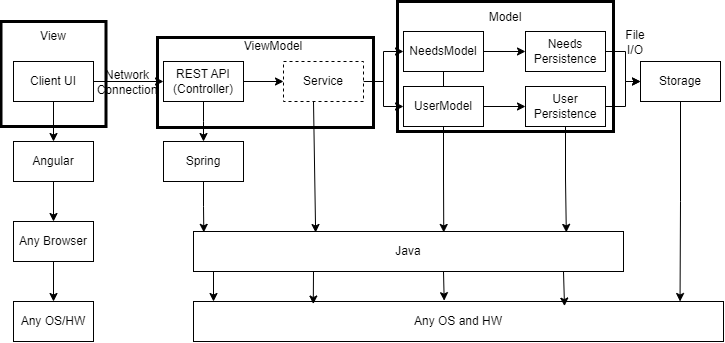
Above: docs/architecture-tiers-and-layers.png in LyingScholar/Shopping-app-demo (draw.io), before the change. Source tidied: cells renumbered, new cells last; positions are measured from the earlier drawing's top-left corner, leaving out a move shared by most shapes. Source of this version:
```xml
<mxGraphModel>
  <root>
    <mxCell id="0" />
    <mxCell id="1" parent="0" />
    <mxCell id="2" style="edgeStyle=orthogonalEdgeStyle;rounded=0;jettySize=auto;html=1;exitX=0.5;exitY=1;exitDx=0;exitDy=0;entryX=0.5;entryY=0;entryDx=0;entryDy=0;" parent="1" edge="1" source="4" target="6">
      <mxGeometry relative="1" as="geometry" />
    </mxCell>
    <mxCell id="3" style="edgeStyle=orthogonalEdgeStyle;rounded=0;jettySize=auto;html=1;exitX=1;exitY=0.5;exitDx=0;exitDy=0;entryX=0;entryY=0.5;entryDx=0;entryDy=0;" parent="1" edge="1" source="4" target="12">
      <mxGeometry relative="1" as="geometry" />
    </mxCell>
    <mxCell id="4" value="Client UI" style="rounded=0;whiteSpace=wrap;html=1;" parent="1" vertex="1">
      <mxGeometry x="12" y="60" width="80" height="40" as="geometry" />
    </mxCell>
    <mxCell id="5" style="edgeStyle=orthogonalEdgeStyle;rounded=0;jettySize=auto;html=1;exitX=0.5;exitY=1;exitDx=0;exitDy=0;entryX=0.5;entryY=0;entryDx=0;entryDy=0;" parent="1" edge="1" source="6" target="8">
      <mxGeometry relative="1" as="geometry" />
    </mxCell>
    <mxCell id="6" value="Angular" style="rounded=0;whiteSpace=wrap;html=1;" parent="1" vertex="1">
      <mxGeometry x="12" y="140" width="80" height="40" as="geometry" />
    </mxCell>
    <mxCell id="7" style="edgeStyle=orthogonalEdgeStyle;rounded=0;jettySize=auto;html=1;exitX=0.5;exitY=1;exitDx=0;exitDy=0;entryX=0.5;entryY=0;entryDx=0;entryDy=0;" parent="1" edge="1" source="8" target="9">
      <mxGeometry relative="1" as="geometry" />
    </mxCell>
    <mxCell id="8" value="Any Browser" style="rounded=0;whiteSpace=wrap;html=1;" parent="1" vertex="1">
      <mxGeometry x="12" y="220" width="80" height="40" as="geometry" />
    </mxCell>
    <mxCell id="9" value="Any OS/HW" style="rounded=0;whiteSpace=wrap;html=1;" parent="1" vertex="1">
      <mxGeometry x="12" y="300" width="80" height="40" as="geometry" />
    </mxCell>
    <mxCell id="10" style="edgeStyle=orthogonalEdgeStyle;rounded=0;jettySize=auto;html=1;exitX=0.5;exitY=1;exitDx=0;exitDy=0;" parent="1" edge="1" source="12">
      <mxGeometry relative="1" as="geometry">
        <mxPoint x="202" y="140" as="targetPoint" />
      </mxGeometry>
    </mxCell>
    <mxCell id="11" style="edgeStyle=orthogonalEdgeStyle;rounded=0;jettySize=auto;html=1;exitX=1;exitY=0.5;exitDx=0;exitDy=0;entryX=0;entryY=0.5;entryDx=0;entryDy=0;" parent="1" edge="1" source="12" target="19">
      <mxGeometry relative="1" as="geometry" />
    </mxCell>
    <mxCell id="12" value="REST API (Controller)" style="rounded=0;whiteSpace=wrap;html=1;" parent="1" vertex="1">
      <mxGeometry x="162" y="60" width="80" height="40" as="geometry" />
    </mxCell>
    <mxCell id="13" value="Spring" style="rounded=0;whiteSpace=wrap;html=1;" parent="1" vertex="1">
      <mxGeometry x="162" y="140" width="80" height="40" as="geometry" />
    </mxCell>
    <mxCell id="14" value="Any OS and HW" style="rounded=0;whiteSpace=wrap;html=1;" parent="1" vertex="1">
      <mxGeometry x="192" y="300" width="530" height="40" as="geometry" />
    </mxCell>
    <mxCell id="15" style="endArrow=classic;html=1;rounded=0;" parent="1" edge="1">
      <mxGeometry relative="1" as="geometry">
        <mxPoint x="212" y="260" as="sourcePoint" />
        <mxPoint x="212" y="300" as="targetPoint" />
      </mxGeometry>
    </mxCell>
    <mxCell id="16" value="Java" style="rounded=0;whiteSpace=wrap;html=1;" parent="1" vertex="1">
      <mxGeometry x="192" y="230" width="430" height="40" as="geometry" />
    </mxCell>
    <mxCell id="17" style="edgeStyle=orthogonalEdgeStyle;rounded=0;jettySize=auto;html=1;exitX=1;exitY=0.5;exitDx=0;exitDy=0;entryX=0;entryY=0.5;entryDx=0;entryDy=0;" parent="1" edge="1" source="19" target="23">
      <mxGeometry relative="1" as="geometry" />
    </mxCell>
    <mxCell id="18" style="edgeStyle=orthogonalEdgeStyle;rounded=0;jettySize=auto;html=1;exitX=1;exitY=0.5;exitDx=0;exitDy=0;entryX=0;entryY=0.5;entryDx=0;entryDy=0;" parent="1" edge="1" source="19" target="36">
      <mxGeometry relative="1" as="geometry" />
    </mxCell>
    <mxCell id="19" value="Service" style="rounded=0;whiteSpace=wrap;html=1;dashed=1;" parent="1" vertex="1">
      <mxGeometry x="282" y="60" width="80" height="40" as="geometry" />
    </mxCell>
    <mxCell id="20" style="endArrow=classic;html=1;rounded=0;entryX=0.284;entryY=0.025;entryDx=0;entryDy=0;entryPerimeter=0;" parent="1" edge="1" target="16">
      <mxGeometry relative="1" as="geometry">
        <mxPoint x="312" y="100" as="sourcePoint" />
      </mxGeometry>
    </mxCell>
    <mxCell id="21" style="edgeStyle=orthogonalEdgeStyle;rounded=0;jettySize=auto;html=1;exitX=0.5;exitY=1;exitDx=0;exitDy=0;entryX=0.5;entryY=0;entryDx=0;entryDy=0;endArrow=none;endFill=0;" parent="1" edge="1" source="23" target="36">
      <mxGeometry relative="1" as="geometry" />
    </mxCell>
    <mxCell id="22" style="edgeStyle=orthogonalEdgeStyle;rounded=0;jettySize=auto;html=1;exitX=1;exitY=0.5;exitDx=0;exitDy=0;entryX=0;entryY=0.5;entryDx=0;entryDy=0;" parent="1" edge="1" source="23" target="25">
      <mxGeometry relative="1" as="geometry" />
    </mxCell>
    <mxCell id="23" value="NeedsModel" style="rounded=0;whiteSpace=wrap;html=1;" parent="1" vertex="1">
      <mxGeometry x="402" y="30" width="80" height="40" as="geometry" />
    </mxCell>
    <mxCell id="24" style="edgeStyle=orthogonalEdgeStyle;rounded=0;jettySize=auto;html=1;exitX=1;exitY=0.5;exitDx=0;exitDy=0;entryX=0;entryY=0.5;entryDx=0;entryDy=0;" parent="1" edge="1" source="25" target="26">
      <mxGeometry relative="1" as="geometry" />
    </mxCell>
    <mxCell id="25" value="&lt;div&gt;Needs&lt;/div&gt;Persistence" style="rounded=0;whiteSpace=wrap;html=1;" parent="1" vertex="1">
      <mxGeometry x="524" y="30" width="80" height="40" as="geometry" />
    </mxCell>
    <mxCell id="26" value="Storage" style="rounded=0;whiteSpace=wrap;html=1;" parent="1" vertex="1">
      <mxGeometry x="639" y="60" width="80" height="40" as="geometry" />
    </mxCell>
    <mxCell id="27" value="File&lt;div&gt;I/O&lt;/div&gt;" style="text;html=1;align=center;verticalAlign=middle;whiteSpace=wrap;rounded=0;" parent="1" vertex="1">
      <mxGeometry x="604" y="26" width="60" height="30" as="geometry" />
    </mxCell>
    <mxCell id="28" value="Network&lt;div&gt;Connection&lt;/div&gt;" style="text;html=1;align=center;verticalAlign=middle;whiteSpace=wrap;rounded=0;" parent="1" vertex="1">
      <mxGeometry x="96" y="66" width="60" height="30" as="geometry" />
    </mxCell>
    <mxCell id="29" style="whiteSpace=wrap;html=1;gradientColor=default;fillColor=none;strokeWidth=3;" parent="1" vertex="1">
      <mxGeometry x="-0.5" y="20" width="105" height="105" as="geometry" />
    </mxCell>
    <mxCell id="30" value="View" style="text;html=1;align=center;verticalAlign=middle;whiteSpace=wrap;rounded=0;" parent="1" vertex="1">
      <mxGeometry x="22" y="20" width="60" height="30" as="geometry" />
    </mxCell>
    <mxCell id="31" style="rounded=0;whiteSpace=wrap;html=1;fillColor=none;strokeWidth=3;" parent="1" vertex="1">
      <mxGeometry x="156" y="36" width="216" height="90" as="geometry" />
    </mxCell>
    <mxCell id="32" value="ViewModel" style="text;html=1;align=center;verticalAlign=middle;whiteSpace=wrap;rounded=0;" parent="1" vertex="1">
      <mxGeometry x="242" y="30" width="60" height="30" as="geometry" />
    </mxCell>
    <mxCell id="33" style="rounded=0;whiteSpace=wrap;html=1;fillColor=none;strokeWidth=3;" parent="1" vertex="1">
      <mxGeometry x="396" width="216" height="130" as="geometry" />
    </mxCell>
    <mxCell id="34" value="Model" style="text;html=1;align=center;verticalAlign=middle;whiteSpace=wrap;rounded=0;" parent="1" vertex="1">
      <mxGeometry x="474" y="1" width="60" height="30" as="geometry" />
    </mxCell>
    <mxCell id="35" style="edgeStyle=orthogonalEdgeStyle;rounded=0;jettySize=auto;html=1;exitX=1;exitY=0.5;exitDx=0;exitDy=0;entryX=0;entryY=0.5;entryDx=0;entryDy=0;" parent="1" edge="1" source="36" target="39">
      <mxGeometry relative="1" as="geometry" />
    </mxCell>
    <mxCell id="36" value="UserModel" style="rounded=0;whiteSpace=wrap;html=1;" parent="1" vertex="1">
      <mxGeometry x="402" y="85" width="80" height="40" as="geometry" />
    </mxCell>
    <mxCell id="37" style="edgeStyle=orthogonalEdgeStyle;rounded=0;jettySize=auto;html=1;exitX=0.5;exitY=1;exitDx=0;exitDy=0;entryX=0.582;entryY=0.024;entryDx=0;entryDy=0;entryPerimeter=0;" parent="1" edge="1" source="36" target="16">
      <mxGeometry relative="1" as="geometry" />
    </mxCell>
    <mxCell id="38" style="edgeStyle=orthogonalEdgeStyle;rounded=0;jettySize=auto;html=1;exitX=1;exitY=0.5;exitDx=0;exitDy=0;entryX=0;entryY=0.5;entryDx=0;entryDy=0;" parent="1" edge="1" source="39" target="26">
      <mxGeometry relative="1" as="geometry" />
    </mxCell>
    <mxCell id="39" value="&lt;div&gt;User&lt;/div&gt;Persistence" style="rounded=0;whiteSpace=wrap;html=1;" parent="1" vertex="1">
      <mxGeometry x="524" y="85" width="80" height="40" as="geometry" />
    </mxCell>
    <mxCell id="40" style="edgeStyle=orthogonalEdgeStyle;rounded=0;jettySize=auto;html=1;exitX=0.5;exitY=1;exitDx=0;exitDy=0;entryX=0.867;entryY=0.022;entryDx=0;entryDy=0;entryPerimeter=0;" parent="1" edge="1" source="39" target="16">
      <mxGeometry relative="1" as="geometry" />
    </mxCell>
    <mxCell id="41" style="edgeStyle=orthogonalEdgeStyle;rounded=0;jettySize=auto;html=1;exitX=0.5;exitY=1;exitDx=0;exitDy=0;entryX=0.918;entryY=0;entryDx=0;entryDy=0;entryPerimeter=0;" parent="1" edge="1" source="26" target="14">
      <mxGeometry relative="1" as="geometry" />
    </mxCell>
    <mxCell id="42" style="edgeStyle=orthogonalEdgeStyle;rounded=0;jettySize=auto;html=1;exitX=0.5;exitY=1;exitDx=0;exitDy=0;entryX=0.024;entryY=0.021;entryDx=0;entryDy=0;entryPerimeter=0;" parent="1" edge="1" source="13" target="16">
      <mxGeometry relative="1" as="geometry" />
    </mxCell>
    <mxCell id="43" style="endArrow=classic;html=1;rounded=0;entryX=0.226;entryY=0.063;entryDx=0;entryDy=0;entryPerimeter=0;" parent="1" edge="1" target="14">
      <mxGeometry relative="1" as="geometry">
        <mxPoint x="312" y="270" as="sourcePoint" />
      </mxGeometry>
    </mxCell>
    <mxCell id="44" style="endArrow=classic;html=1;rounded=0;entryX=0.473;entryY=-0.021;entryDx=0;entryDy=0;entryPerimeter=0;" parent="1" edge="1" target="14">
      <mxGeometry relative="1" as="geometry">
        <mxPoint x="442" y="270" as="sourcePoint" />
      </mxGeometry>
    </mxCell>
    <mxCell id="45" style="endArrow=classic;html=1;rounded=0;entryX=0.7;entryY=0.115;entryDx=0;entryDy=0;entryPerimeter=0;" parent="1" edge="1" target="14">
      <mxGeometry relative="1" as="geometry">
        <mxPoint x="562" y="270" as="sourcePoint" />
      </mxGeometry>
    </mxCell>
  </root>
</mxGraphModel>
```
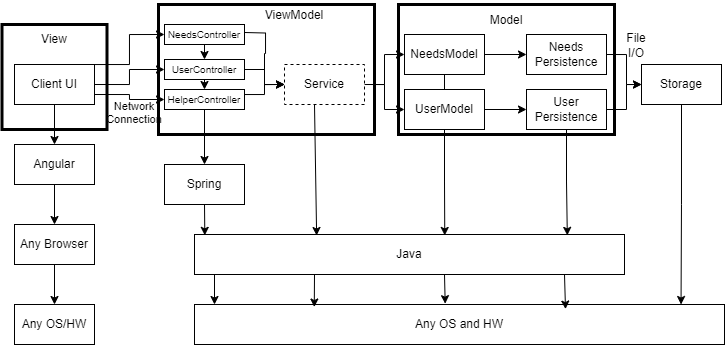
After the change.

Diff of the diagram source:
```diff
@@ -2,12 +2,30 @@
   <root>
     <mxCell id="0" />
     <mxCell id="1" parent="0" />
+    <mxCell id="29" style="whiteSpace=wrap;html=1;gradientColor=default;fillColor=none;strokeWidth=3;" parent="1" vertex="1">
+      <mxGeometry x="-0.5" y="20" width="105" height="105" as="geometry" />
+    </mxCell>
+    <mxCell id="31" style="rounded=0;whiteSpace=wrap;html=1;fillColor=none;strokeWidth=3;" parent="1" vertex="1">
+      <mxGeometry x="156" width="216" height="130" as="geometry" />
+    </mxCell>
     <mxCell id="2" style="edgeStyle=orthogonalEdgeStyle;rounded=0;jettySize=auto;html=1;exitX=0.5;exitY=1;exitDx=0;exitDy=0;entryX=0.5;entryY=0;entryDx=0;entryDy=0;" parent="1" edge="1" source="4" target="6">
       <mxGeometry relative="1" as="geometry" />
     </mxCell>
-    <mxCell id="3" style="edgeStyle=orthogonalEdgeStyle;rounded=0;jettySize=auto;html=1;exitX=1;exitY=0.5;exitDx=0;exitDy=0;entryX=0;entryY=0.5;entryDx=0;entryDy=0;" parent="1" edge="1" source="4" target="12">
-      <mxGeometry relative="1" as="geometry" />
-    </mxCell>
+    <mxCell id="46" style="edgeStyle=orthogonalEdgeStyle;rounded=0;jettySize=auto;html=1;exitX=1;exitY=0.25;exitDx=0;exitDy=0;entryX=0;entryY=0.5;entryDx=0;entryDy=0;" parent="1" edge="1" source="4" target="56">
+      <mxGeometry relative="1" as="geometry">
+        <Array as="points">
+          <mxPoint x="92" y="60" />
+          <mxPoint x="127" y="60" />
+          <mxPoint x="127" y="30" />
+        </Array>
+      </mxGeometry>
+    </mxCell>
+    <mxCell id="47" style="edgeStyle=orthogonalEdgeStyle;rounded=0;jettySize=auto;html=1;exitX=1;exitY=0.5;exitDx=0;exitDy=0;entryX=0;entryY=0.5;entryDx=0;entryDy=0;" parent="1" edge="1" source="4" target="51">
+      <mxGeometry relative="1" as="geometry" />
+    </mxCell>
+    <mxCell id="48" style="edgeStyle=orthogonalEdgeStyle;rounded=0;jettySize=auto;html=1;exitX=1;exitY=0.75;exitDx=0;exitDy=0;entryX=0;entryY=0.5;entryDx=0;entryDy=0;" parent="1" edge="1" source="4" target="54">
+      <mxGeometry relative="1" as="geometry" />
+    </mxCell>
     <mxCell id="4" value="Client UI" style="rounded=0;whiteSpace=wrap;html=1;" parent="1" vertex="1">
       <mxGeometry x="12" y="60" width="80" height="40" as="geometry" />
     </mxCell>
@@ -26,19 +44,13 @@
     <mxCell id="9" value="Any OS/HW" style="rounded=0;whiteSpace=wrap;html=1;" parent="1" vertex="1">
       <mxGeometry x="12" y="300" width="80" height="40" as="geometry" />
     </mxCell>
-    <mxCell id="10" style="edgeStyle=orthogonalEdgeStyle;rounded=0;jettySize=auto;html=1;exitX=0.5;exitY=1;exitDx=0;exitDy=0;" parent="1" edge="1" source="12">
-      <mxGeometry relative="1" as="geometry">
-        <mxPoint x="202" y="140" as="targetPoint" />
-      </mxGeometry>
-    </mxCell>
-    <mxCell id="11" style="edgeStyle=orthogonalEdgeStyle;rounded=0;jettySize=auto;html=1;exitX=1;exitY=0.5;exitDx=0;exitDy=0;entryX=0;entryY=0.5;entryDx=0;entryDy=0;" parent="1" edge="1" source="12" target="19">
-      <mxGeometry relative="1" as="geometry" />
+    <mxCell id="11" style="edgeStyle=orthogonalEdgeStyle;rounded=0;jettySize=auto;html=1;exitX=1;exitY=0.5;exitDx=0;exitDy=0;entryX=0;entryY=0.5;entryDx=0;entryDy=0;" parent="1" edge="1" target="19">
+      <mxGeometry relative="1" as="geometry">
+        <mxPoint x="242" y="28" as="sourcePoint" />
+      </mxGeometry>
     </mxCell>
-    <mxCell id="12" value="REST API (Controller)" style="rounded=0;whiteSpace=wrap;html=1;" parent="1" vertex="1">
-      <mxGeometry x="162" y="60" width="80" height="40" as="geometry" />
-    </mxCell>
     <mxCell id="13" value="Spring" style="rounded=0;whiteSpace=wrap;html=1;" parent="1" vertex="1">
-      <mxGeometry x="162" y="140" width="80" height="40" as="geometry" />
+      <mxGeometry x="162" y="160" width="80" height="40" as="geometry" />
     </mxCell>
     <mxCell id="14" value="Any OS and HW" style="rounded=0;whiteSpace=wrap;html=1;" parent="1" vertex="1">
       <mxGeometry x="192" y="300" width="530" height="40" as="geometry" />
@@ -87,20 +99,14 @@
     <mxCell id="27" value="File&lt;div&gt;I/O&lt;/div&gt;" style="text;html=1;align=center;verticalAlign=middle;whiteSpace=wrap;rounded=0;" parent="1" vertex="1">
       <mxGeometry x="604" y="26" width="60" height="30" as="geometry" />
     </mxCell>
-    <mxCell id="28" value="Network&lt;div&gt;Connection&lt;/div&gt;" style="text;html=1;align=center;verticalAlign=middle;whiteSpace=wrap;rounded=0;" parent="1" vertex="1">
-      <mxGeometry x="96" y="66" width="60" height="30" as="geometry" />
+    <mxCell id="28" value="&lt;font style=&quot;font-size: 11px;&quot;&gt;Network&lt;/font&gt;&lt;div style=&quot;font-size: 11px;&quot;&gt;&lt;font style=&quot;font-size: 11px;&quot;&gt;Connection&lt;/font&gt;&lt;/div&gt;" style="text;html=1;align=center;verticalAlign=middle;whiteSpace=wrap;rounded=0;" parent="1" vertex="1">
+      <mxGeometry x="112" y="100" width="40" height="15" as="geometry" />
     </mxCell>
-    <mxCell id="29" style="whiteSpace=wrap;html=1;gradientColor=default;fillColor=none;strokeWidth=3;" parent="1" vertex="1">
-      <mxGeometry x="-0.5" y="20" width="105" height="105" as="geometry" />
-    </mxCell>
     <mxCell id="30" value="View" style="text;html=1;align=center;verticalAlign=middle;whiteSpace=wrap;rounded=0;" parent="1" vertex="1">
       <mxGeometry x="22" y="20" width="60" height="30" as="geometry" />
     </mxCell>
-    <mxCell id="31" style="rounded=0;whiteSpace=wrap;html=1;fillColor=none;strokeWidth=3;" parent="1" vertex="1">
-      <mxGeometry x="156" y="36" width="216" height="90" as="geometry" />
-    </mxCell>
     <mxCell id="32" value="ViewModel" style="text;html=1;align=center;verticalAlign=middle;whiteSpace=wrap;rounded=0;" parent="1" vertex="1">
-      <mxGeometry x="242" y="30" width="60" height="30" as="geometry" />
+      <mxGeometry x="262" y="-4" width="60" height="30" as="geometry" />
     </mxCell>
     <mxCell id="33" style="rounded=0;whiteSpace=wrap;html=1;fillColor=none;strokeWidth=3;" parent="1" vertex="1">
       <mxGeometry x="396" width="216" height="130" as="geometry" />
@@ -147,5 +153,42 @@
         <mxPoint x="562" y="270" as="sourcePoint" />
       </mxGeometry>
     </mxCell>
+    <mxCell id="49" style="edgeStyle=orthogonalEdgeStyle;rounded=0;jettySize=auto;html=1;exitX=1;exitY=0.5;exitDx=0;exitDy=0;" parent="1" edge="1" source="51">
+      <mxGeometry relative="1" as="geometry">
+        <mxPoint x="282" y="80" as="targetPoint" />
+        <Array as="points">
+          <mxPoint x="262" y="65" />
+          <mxPoint x="262" y="80" />
+        </Array>
+      </mxGeometry>
+    </mxCell>
+    <mxCell id="50" style="edgeStyle=orthogonalEdgeStyle;rounded=0;jettySize=auto;html=1;exitX=0.5;exitY=1;exitDx=0;exitDy=0;entryX=0.5;entryY=0;entryDx=0;entryDy=0;" parent="1" edge="1" source="51" target="54">
+      <mxGeometry relative="1" as="geometry" />
+    </mxCell>
+    <mxCell id="51" value="&lt;font style=&quot;font-size: 10px;&quot;&gt;UserController&lt;/font&gt;" style="rounded=0;whiteSpace=wrap;html=1;" parent="1" vertex="1">
+      <mxGeometry x="162" y="55" width="80" height="20" as="geometry" />
+    </mxCell>
+    <mxCell id="52" style="edgeStyle=orthogonalEdgeStyle;rounded=0;jettySize=auto;html=1;exitX=1;exitY=0.5;exitDx=0;exitDy=0;" parent="1" edge="1" source="54">
+      <mxGeometry relative="1" as="geometry">
+        <mxPoint x="282" y="80" as="targetPoint" />
+        <Array as="points">
+          <mxPoint x="242" y="90" />
+          <mxPoint x="262" y="90" />
+          <mxPoint x="262" y="80" />
+        </Array>
+      </mxGeometry>
+    </mxCell>
+    <mxCell id="53" style="edgeStyle=orthogonalEdgeStyle;rounded=0;jettySize=auto;html=1;exitX=0.5;exitY=1;exitDx=0;exitDy=0;entryX=0.5;entryY=0;entryDx=0;entryDy=0;" parent="1" edge="1" source="54" target="13">
+      <mxGeometry relative="1" as="geometry" />
+    </mxCell>
+    <mxCell id="54" value="&lt;font style=&quot;font-size: 10px;&quot;&gt;HelperController&lt;/font&gt;" style="rounded=0;whiteSpace=wrap;html=1;" parent="1" vertex="1">
+      <mxGeometry x="162" y="85" width="80" height="20" as="geometry" />
+    </mxCell>
+    <mxCell id="55" style="edgeStyle=orthogonalEdgeStyle;rounded=0;jettySize=auto;html=1;exitX=0.5;exitY=1;exitDx=0;exitDy=0;entryX=0.5;entryY=0;entryDx=0;entryDy=0;" parent="1" edge="1" source="56" target="51">
+      <mxGeometry relative="1" as="geometry" />
+    </mxCell>
+    <mxCell id="56" value="&lt;font style=&quot;font-size: 10px;&quot;&gt;NeedsController&lt;/font&gt;" style="rounded=0;whiteSpace=wrap;html=1;" parent="1" vertex="1">
+      <mxGeometry x="162" y="20" width="80" height="20" as="geometry" />
+    </mxCell>
   </root>
 </mxGraphModel>
```
